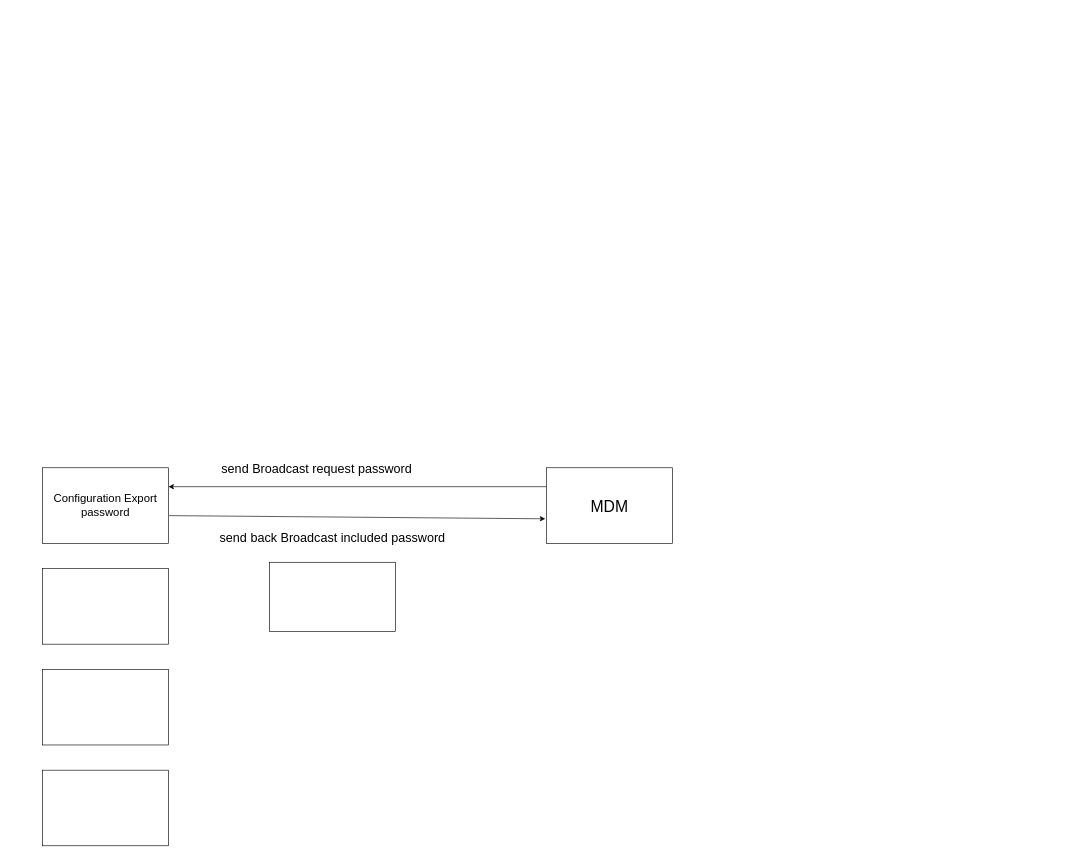
Before: 未命名mdm.drawio in yuchinchenTW/IDT_-forgreengrassv2_log, a draw.io diagram. Source tidied: cells renumbered, new cells numbered last; positions are measured from the earlier drawing's top-left corner, leaving out a move shared by most shapes. Both pictures are drawn from the tidied source at 63%, with x=0, y=0 at pixel (42, 455).
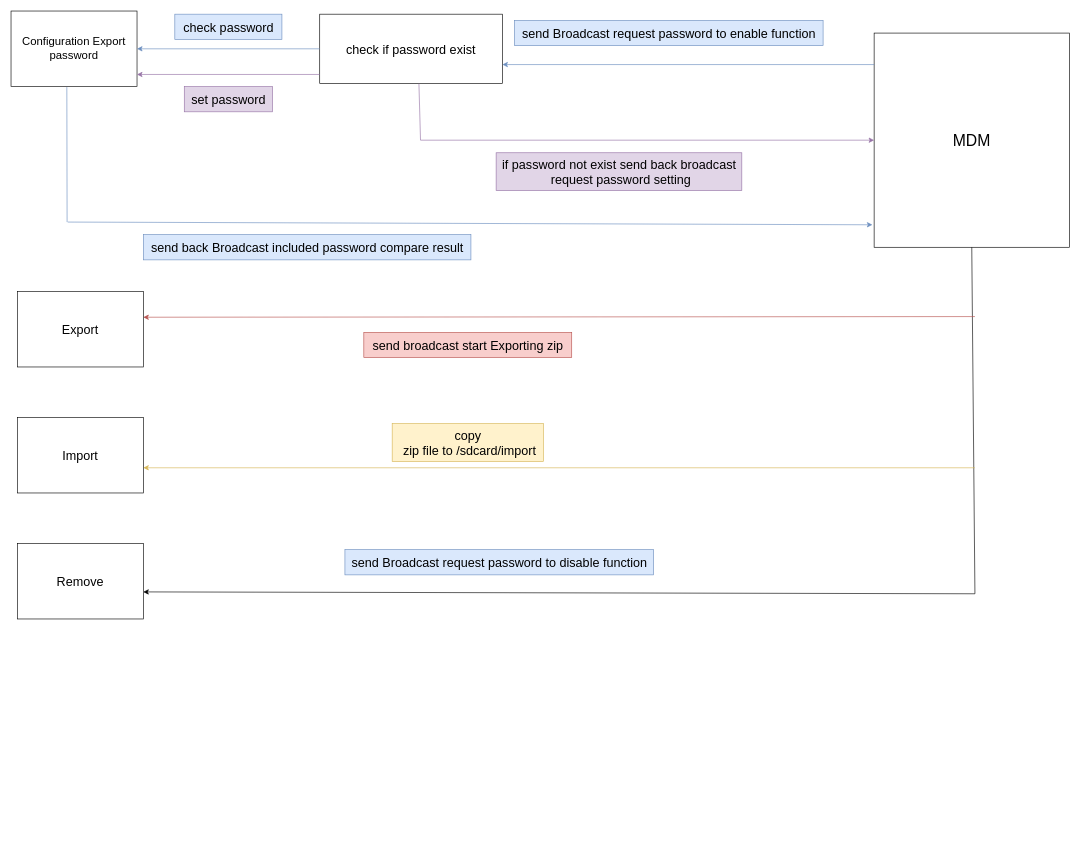
Above is the later version.

Commit message (it also covers changes not shown here):
更新未命名mdm.drawio

The edit, as a diff of the source:
```diff
@@
     <mxCell id="2" value="&lt;font style=&quot;font-size: 18px;&quot;&gt;Configuration Export password&lt;/font&gt;" style="rounded=0;whiteSpace=wrap;html=1;" parent="1" vertex="1">
-      <mxGeometry y="20" width="200" height="120" as="geometry" />
+      <mxGeometry x="-50" y="-705" width="200" height="120" as="geometry" />
     </mxCell>
-    <mxCell id="3" style="rounded=0;whiteSpace=wrap;html=1;" parent="1" vertex="1">
-      <mxGeometry y="180" width="200" height="120" as="geometry" />
+    <mxCell id="3" value="&lt;font style=&quot;font-size: 20px;&quot;&gt;Export&lt;/font&gt;" style="rounded=0;whiteSpace=wrap;html=1;" parent="1" vertex="1">
+      <mxGeometry x="-40" y="-260" width="200" height="120" as="geometry" />
     </mxCell>
-    <mxCell id="4" style="rounded=0;whiteSpace=wrap;html=1;" parent="1" vertex="1">
-      <mxGeometry y="340" width="200" height="120" as="geometry" />
+    <mxCell id="4" value="&lt;font style=&quot;font-size: 20px;&quot;&gt;Import&lt;/font&gt;" style="rounded=0;whiteSpace=wrap;html=1;" parent="1" vertex="1">
+      <mxGeometry x="-40" y="-60" width="200" height="120" as="geometry" />
     </mxCell>
-    <mxCell id="5" style="rounded=0;whiteSpace=wrap;html=1;" parent="1" vertex="1">
-      <mxGeometry y="500" width="200" height="120" as="geometry" />
+    <mxCell id="5" value="&lt;font style=&quot;font-size: 20px;&quot;&gt;Remove&lt;/font&gt;" style="rounded=0;whiteSpace=wrap;html=1;" parent="1" vertex="1">
+      <mxGeometry x="-40" y="140" width="200" height="120" as="geometry" />
     </mxCell>
     <mxCell id="6" value="&lt;font style=&quot;font-size: 25px;&quot;&gt;MDM&lt;/font&gt;" style="rounded=0;whiteSpace=wrap;html=1;" parent="1" vertex="1">
-      <mxGeometry x="800" y="20" width="200" height="120" as="geometry" />
+      <mxGeometry x="1320" y="-670" width="310" height="340" as="geometry" />
     </mxCell>
-    <mxCell id="7" style="endArrow=classic;html=1;rounded=0;exitX=0;exitY=0.25;exitDx=0;exitDy=0;entryX=1;entryY=0.25;entryDx=0;entryDy=0;" parent="1" edge="1" source="6" target="2">
-      <mxGeometry relative="1" as="geometry" />
-    </mxCell>
-    <mxCell id="8" style="endArrow=classic;html=1;rounded=0;exitX=1.005;exitY=0.633;exitDx=0;exitDy=0;exitPerimeter=0;entryX=-0.01;entryY=0.675;entryDx=0;entryDy=0;entryPerimeter=0;" parent="1" edge="1" source="2" target="6">
-      <mxGeometry relative="1" as="geometry" />
-    </mxCell>
-    <mxCell id="9" value="&lt;font style=&quot;font-size: 20px;&quot;&gt;send Broadcast request password&lt;/font&gt;" style="text;html=1;align=center;verticalAlign=middle;strokeColor=none;fillColor=none;" parent="1" vertex="1">
-      <mxGeometry x="270" width="330" height="40" as="geometry" />
+    <mxCell id="9" value="&lt;font style=&quot;font-size: 20px;&quot;&gt;send Broadcast request password to enable function&lt;/font&gt;" style="text;html=1;align=center;verticalAlign=middle;strokeColor=#6c8ebf;fillColor=#dae8fc;" parent="1" vertex="1">
+      <mxGeometry x="749" y="-690" width="490" height="40" as="geometry" />
     </mxCell>
-    <mxCell id="10" value="&lt;font style=&quot;font-size: 20px;&quot;&gt;send back Broadcast included password&lt;/font&gt;" style="text;html=1;align=center;verticalAlign=middle;strokeColor=none;fillColor=none;" parent="1" vertex="1">
-      <mxGeometry x="270" y="110" width="380" height="40" as="geometry" />
+    <mxCell id="10" value="&lt;font style=&quot;font-size: 20px;&quot;&gt;send back Broadcast included password compare result&lt;br&gt;&lt;/font&gt;" style="text;html=1;align=center;verticalAlign=middle;strokeColor=#6c8ebf;fillColor=#dae8fc;" parent="1" vertex="1">
+      <mxGeometry x="160" y="-350" width="520" height="40" as="geometry" />
     </mxCell>
-    <mxCell id="11" style="rounded=0;whiteSpace=wrap;html=1;" parent="1" vertex="1">
-      <mxGeometry x="360" y="170" width="200" height="110" as="geometry" />
+    <mxCell id="11" value="&lt;font style=&quot;font-size: 20px;&quot;&gt;check if password exist&lt;/font&gt;" style="rounded=0;whiteSpace=wrap;html=1;" parent="1" vertex="1">
+      <mxGeometry x="440" y="-700" width="290" height="110" as="geometry" />
     </mxCell>
+    <mxCell id="12" style="endArrow=classic;html=1;rounded=0;fillColor=#dae8fc;strokeColor=#6c8ebf;" parent="1" edge="1">
+      <mxGeometry relative="1" as="geometry">
+        <mxPoint x="1320" y="-620" as="sourcePoint" />
+        <mxPoint x="730" y="-620" as="targetPoint" />
+      </mxGeometry>
+    </mxCell>
+    <mxCell id="13" style="endArrow=classic;html=1;rounded=0;exitX=0;exitY=0.5;exitDx=0;exitDy=0;entryX=1;entryY=0.5;entryDx=0;entryDy=0;fillColor=#dae8fc;strokeColor=#6c8ebf;" parent="1" edge="1" source="11" target="2">
+      <mxGeometry relative="1" as="geometry" />
+    </mxCell>
+    <mxCell id="14" style="endArrow=none;html=1;rounded=0;entryX=0.543;entryY=1.003;entryDx=0;entryDy=0;entryPerimeter=0;fillColor=#e1d5e7;strokeColor=#9673a6;" parent="1" edge="1" target="11">
+      <mxGeometry relative="1" as="geometry">
+        <mxPoint x="600" y="-500" as="sourcePoint" />
+      </mxGeometry>
+    </mxCell>
+    <mxCell id="15" style="endArrow=classic;html=1;rounded=0;entryX=0;entryY=0.5;entryDx=0;entryDy=0;fillColor=#e1d5e7;strokeColor=#9673a6;" parent="1" edge="1" target="6">
+      <mxGeometry relative="1" as="geometry">
+        <mxPoint x="600" y="-500" as="sourcePoint" />
+      </mxGeometry>
+    </mxCell>
+    <mxCell id="16" value="&lt;font style=&quot;font-size: 20px;&quot;&gt;if password not exist send back broadcast&lt;br&gt;&amp;nbsp;request password setting&lt;/font&gt;" style="text;html=1;align=center;verticalAlign=middle;strokeColor=#9673a6;fillColor=#e1d5e7;" parent="1" vertex="1">
+      <mxGeometry x="720" y="-480" width="390" height="60" as="geometry" />
+    </mxCell>
+    <mxCell id="17" value="&lt;font style=&quot;font-size: 20px;&quot;&gt;check password&lt;/font&gt;" style="text;html=1;align=center;verticalAlign=middle;strokeColor=#6c8ebf;fillColor=#dae8fc;" parent="1" vertex="1">
+      <mxGeometry x="210" y="-700" width="170" height="40" as="geometry" />
+    </mxCell>
+    <mxCell id="18" style="endArrow=none;html=1;rounded=0;entryX=0.443;entryY=1.006;entryDx=0;entryDy=0;entryPerimeter=0;fillColor=#dae8fc;strokeColor=#6c8ebf;" parent="1" edge="1" target="2">
+      <mxGeometry relative="1" as="geometry">
+        <mxPoint x="39" y="-370" as="sourcePoint" />
+      </mxGeometry>
+    </mxCell>
+    <mxCell id="19" style="endArrow=classic;html=1;rounded=0;entryX=-0.009;entryY=0.895;entryDx=0;entryDy=0;entryPerimeter=0;fillColor=#dae8fc;strokeColor=#6c8ebf;" parent="1" edge="1" target="6">
+      <mxGeometry relative="1" as="geometry">
+        <mxPoint x="40" y="-370" as="sourcePoint" />
+      </mxGeometry>
+    </mxCell>
+    <mxCell id="20" style="endArrow=classic;html=1;rounded=0;exitX=0;exitY=0.87;exitDx=0;exitDy=0;entryX=1;entryY=0.839;entryDx=0;entryDy=0;exitPerimeter=0;entryPerimeter=0;fillColor=#e1d5e7;strokeColor=#9673a6;" parent="1" edge="1" source="11" target="2">
+      <mxGeometry relative="1" as="geometry" />
+    </mxCell>
+    <mxCell id="21" value="&lt;font style=&quot;font-size: 20px;&quot;&gt;set password&lt;/font&gt;" style="text;html=1;align=center;verticalAlign=middle;strokeColor=#9673a6;fillColor=#e1d5e7;" parent="1" vertex="1">
+      <mxGeometry x="225" y="-585" width="140" height="40" as="geometry" />
+    </mxCell>
+    <mxCell id="22" style="endArrow=none;html=1;rounded=0;entryX=0.5;entryY=1;entryDx=0;entryDy=0;" parent="1" edge="1" target="6">
+      <mxGeometry relative="1" as="geometry">
+        <mxPoint x="1480" y="220" as="sourcePoint" />
+      </mxGeometry>
+    </mxCell>
+    <mxCell id="23" style="endArrow=classic;html=1;rounded=0;entryX=1;entryY=0.342;entryDx=0;entryDy=0;entryPerimeter=0;fillColor=#f8cecc;strokeColor=#b85450;" parent="1" edge="1" target="3">
+      <mxGeometry relative="1" as="geometry">
+        <mxPoint x="1480" y="-220" as="sourcePoint" />
+      </mxGeometry>
+    </mxCell>
+    <mxCell id="24" value="&lt;font style=&quot;font-size: 20px;&quot;&gt;send broadcast start Exporting zip&lt;/font&gt;" style="text;html=1;align=center;verticalAlign=middle;strokeColor=#b85450;fillColor=#f8cecc;" parent="1" vertex="1">
+      <mxGeometry x="510" y="-195" width="330" height="40" as="geometry" />
+    </mxCell>
+    <mxCell id="25" style="endArrow=classic;html=1;rounded=0;fillColor=#fff2cc;strokeColor=#d6b656;" parent="1" edge="1">
+      <mxGeometry relative="1" as="geometry">
+        <mxPoint x="1480" y="20" as="sourcePoint" />
+        <mxPoint x="160" y="20" as="targetPoint" />
+      </mxGeometry>
+    </mxCell>
+    <mxCell id="26" value="&lt;font style=&quot;font-size: 20px;&quot;&gt;copy&lt;br&gt;&amp;nbsp;zip file to /sdcard/import&lt;/font&gt;" style="text;html=1;align=center;verticalAlign=middle;strokeColor=#d6b656;fillColor=#fff2cc;" parent="1" vertex="1">
+      <mxGeometry x="555" y="-50" width="240" height="60" as="geometry" />
+    </mxCell>
+    <mxCell id="27" style="endArrow=classic;html=1;rounded=0;entryX=1;entryY=0.642;entryDx=0;entryDy=0;entryPerimeter=0;" parent="1" edge="1" target="5">
+      <mxGeometry relative="1" as="geometry">
+        <mxPoint x="1480" y="220" as="sourcePoint" />
+      </mxGeometry>
+    </mxCell>
+    <mxCell id="28" value="&lt;font style=&quot;font-size: 20px;&quot;&gt;send Broadcast request password to disable function&lt;/font&gt;" style="text;html=1;align=center;verticalAlign=middle;strokeColor=#6c8ebf;fillColor=#dae8fc;" parent="1" vertex="1">
+      <mxGeometry x="480" y="150" width="490" height="40" as="geometry" />
+    </mxCell>
```
